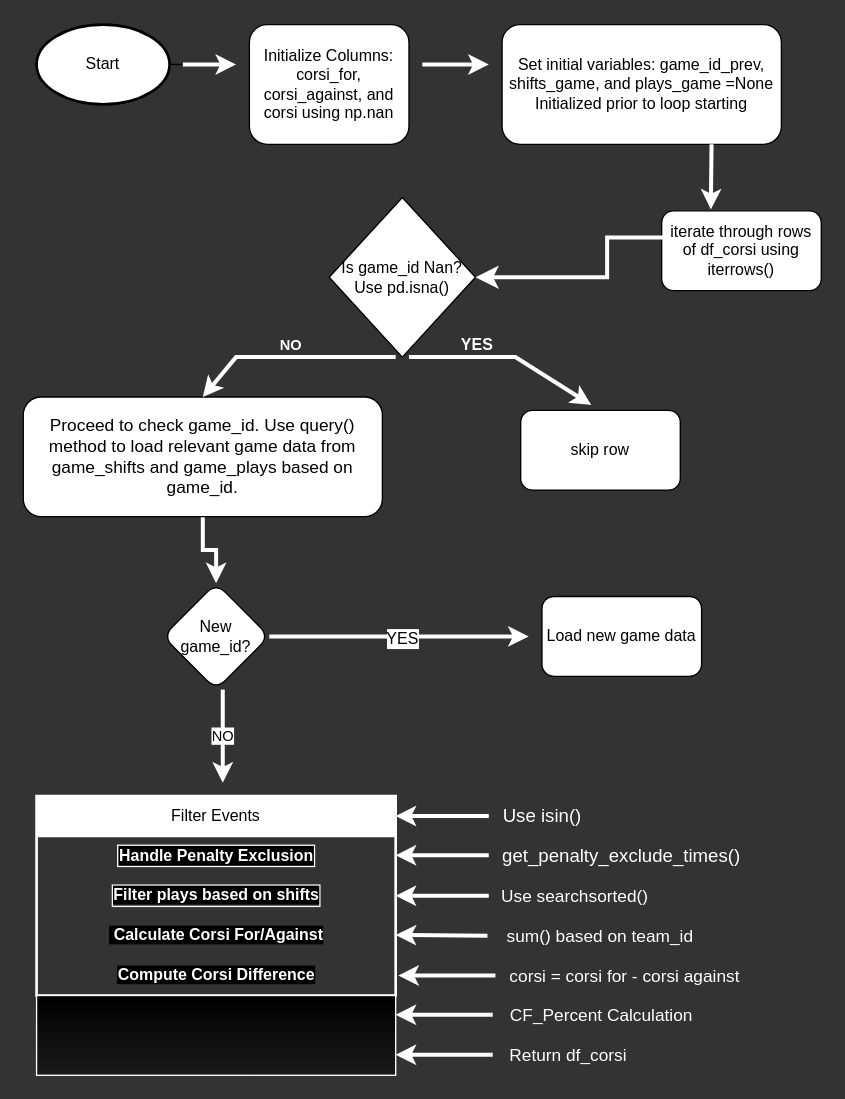
Before: flowforcorsi.drawio in ewnike/cost_cup, a draw.io diagram. Source tidied: cells renumbered, new cells numbered last; positions are measured from the earlier drawing's top-left corner, leaving out a move shared by most shapes. Both pictures are drawn from the tidied source at 133%, with x=0, y=0 at pixel (23, 24).
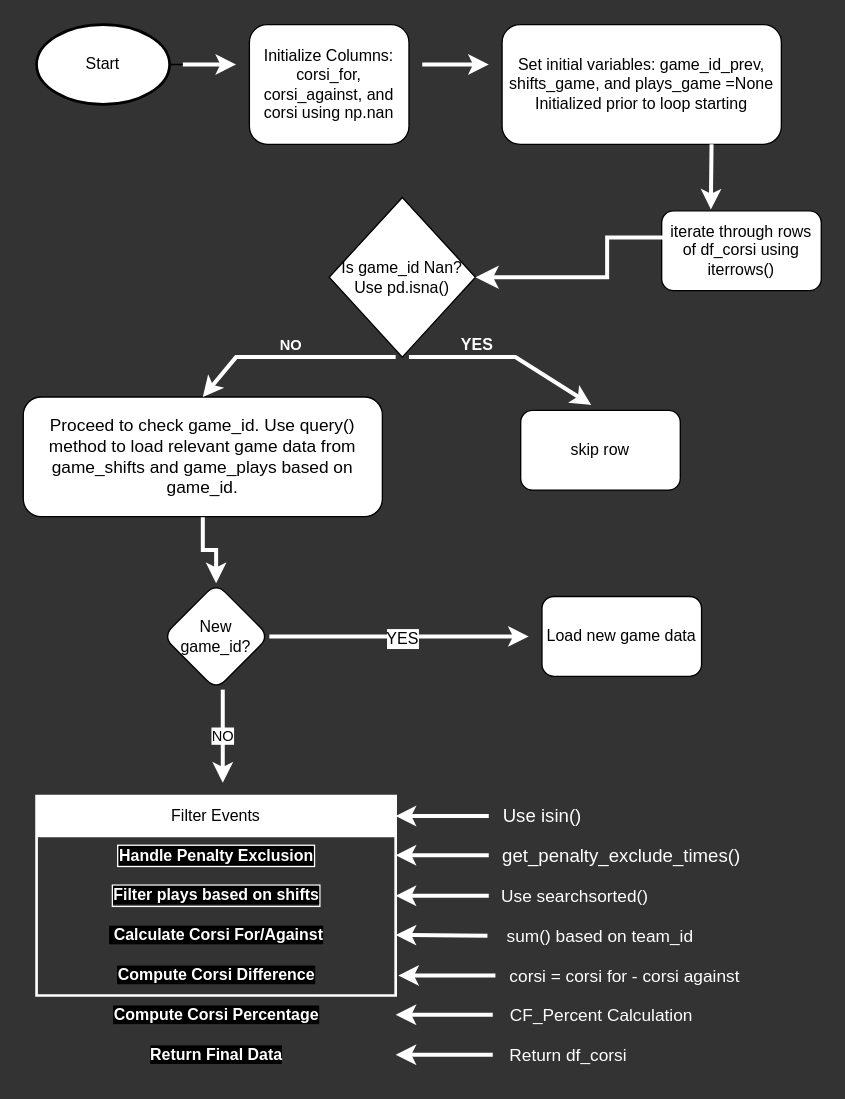
After the change.

Diff of the diagram source:
```diff
@@
-    <mxCell id="16" value="Filter Events" style="swimlane;fontStyle=0;horizontal=1;startSize=30;whiteSpace=wrap;strokeWidth=2;perimeterSpacing=2;labelBackgroundColor=default;labelBorderColor=#FFFFFF;strokeColor=#FFFFFF;swimlaneFillColor=none;fixDash=1;direction=east;perimeter=stepPerimeter;html=1;flipH=0;" parent="1" vertex="1">
+    <mxCell id="16" value="Filter Events" style="swimlane;fontStyle=0;horizontal=1;startSize=30;whiteSpace=wrap;strokeWidth=2;perimeterSpacing=2;labelBackgroundColor=default;labelBorderColor=#FFFFFF;strokeColor=#FFFFFF;swimlaneFillColor=none;fixDash=1;direction=east;perimeter=stepPerimeter;html=1;flipH=0;rotation=0;" parent="1" vertex="1">
       <mxGeometry x="10" y="580" width="270" height="150" as="geometry" />
     </mxCell>
@@
-    <mxCell id="47" style="rounded=0;whiteSpace=wrap;html=1;strokeColor=#FFFFFF;fillColor=#000000;gradientColor=#1A1A1A;" parent="1" vertex="1">
+    <mxCell id="47" style="rounded=0;whiteSpace=wrap;html=1;opacity=0;strokeWidth=2;perimeterSpacing=2;fillStyle=solid;labelBorderColor=#FFFFFF;" parent="1" vertex="1">
       <mxGeometry x="10" y="730" width="270" height="60" as="geometry" />
     </mxCell>
```
